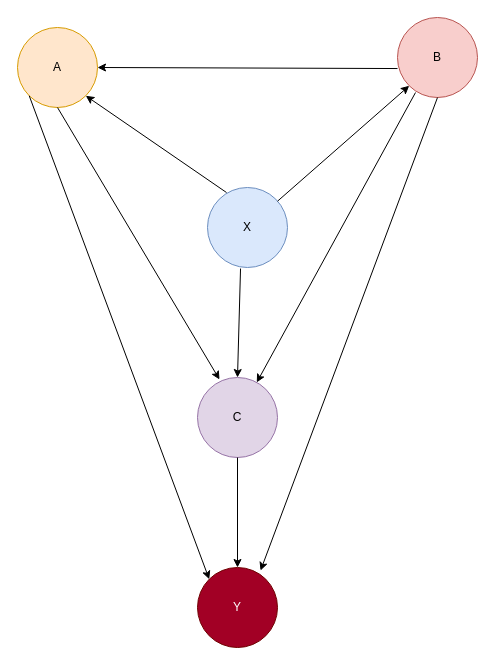
Above: bigg/Causal_Graph.drawio in sohamchatterjee50/BIGG (draw.io), before the change. Source tidied: cells renumbered, new cells numbered last; positions are measured from the earlier drawing's top-left corner, leaving out a move shared by most shapes. Both pictures are drawn from the tidied source at 100%, with x=0, y=0 at pixel (17, 17).
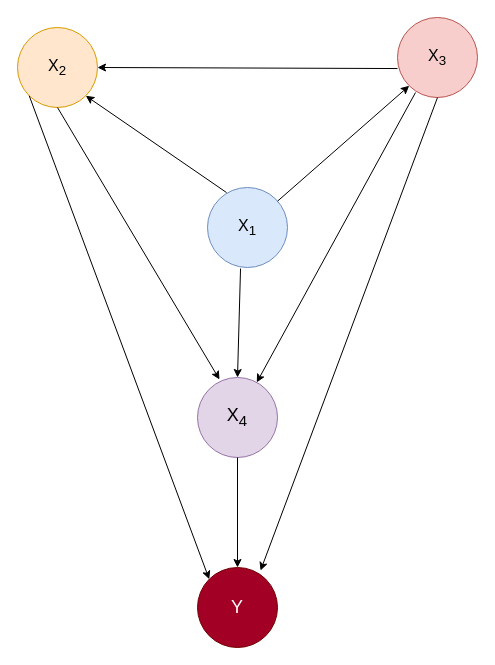
The same page after the edit.

What changed in the source:
```diff
@@
 <mxGraphModel>
   <root>
     <mxCell id="0" />
     <mxCell id="1" parent="0" />
-    <mxCell id="2" value="X" style="ellipse;whiteSpace=wrap;html=1;fillColor=#dae8fc;strokeColor=#6c8ebf;" parent="1" vertex="1">
+    <mxCell id="2" value="&lt;font size=&quot;3&quot;&gt;X&lt;sub&gt;1&lt;/sub&gt;&lt;/font&gt;" style="ellipse;whiteSpace=wrap;html=1;fillColor=#dae8fc;strokeColor=#6c8ebf;" parent="1" vertex="1">
       <mxGeometry x="190" y="170" width="80" height="80" as="geometry" />
     </mxCell>
-    <mxCell id="3" value="A" style="ellipse;whiteSpace=wrap;html=1;fillColor=#ffe6cc;strokeColor=#d79b00;" parent="1" vertex="1">
+    <mxCell id="3" value="&lt;font size=&quot;3&quot;&gt;X&lt;sub&gt;2&lt;/sub&gt;&lt;/font&gt;" style="ellipse;whiteSpace=wrap;html=1;fillColor=#ffe6cc;strokeColor=#d79b00;" parent="1" vertex="1">
       <mxGeometry y="10" width="80" height="80" as="geometry" />
     </mxCell>
-    <mxCell id="4" value="B" style="ellipse;whiteSpace=wrap;html=1;fillColor=#f8cecc;strokeColor=#b85450;" parent="1" vertex="1">
+    <mxCell id="4" value="&lt;font size=&quot;3&quot;&gt;X&lt;sub&gt;3&lt;/sub&gt;&lt;/font&gt;" style="ellipse;whiteSpace=wrap;html=1;fillColor=#f8cecc;strokeColor=#b85450;" parent="1" vertex="1">
       <mxGeometry x="380" width="80" height="80" as="geometry" />
     </mxCell>
-    <mxCell id="5" value="C" style="ellipse;whiteSpace=wrap;html=1;fillColor=#e1d5e7;strokeColor=#9673a6;" parent="1" vertex="1">
+    <mxCell id="5" value="&lt;font style=&quot;font-size: 18px;&quot;&gt;X&lt;sub&gt;4&lt;/sub&gt;&lt;/font&gt;" style="ellipse;whiteSpace=wrap;html=1;fillColor=#e1d5e7;strokeColor=#9673a6;" parent="1" vertex="1">
       <mxGeometry x="180" y="360" width="80" height="80" as="geometry" />
     </mxCell>
-    <mxCell id="6" value="Y" style="ellipse;whiteSpace=wrap;html=1;strokeColor=#6F0000;fillColor=#a20025;fontColor=#ffffff;" parent="1" vertex="1">
+    <mxCell id="6" value="&lt;font style=&quot;font-size: 18px;&quot;&gt;Y&lt;/font&gt;" style="ellipse;whiteSpace=wrap;html=1;strokeColor=#6F0000;fillColor=#a20025;fontColor=#ffffff;" parent="1" vertex="1">
       <mxGeometry x="180" y="550" width="80" height="80" as="geometry" />
     </mxCell>
     <mxCell id="7" style="endArrow=classic;html=1;rounded=0;entryX=0;entryY=1;entryDx=0;entryDy=0;" parent="1" edge="1" source="2" target="4">
       <mxGeometry relative="1" as="geometry" />
     </mxCell>
     <mxCell id="8" style="endArrow=classic;html=1;rounded=0;exitX=0.413;exitY=1.013;exitDx=0;exitDy=0;exitPerimeter=0;entryX=0.5;entryY=0;entryDx=0;entryDy=0;" parent="1" edge="1" source="2" target="5">
       <mxGeometry relative="1" as="geometry" />
     </mxCell>
     <mxCell id="9" style="endArrow=classic;html=1;rounded=0;exitX=0.238;exitY=0.063;exitDx=0;exitDy=0;exitPerimeter=0;entryX=1;entryY=1;entryDx=0;entryDy=0;" parent="1" edge="1" source="2" target="3">
       <mxGeometry relative="1" as="geometry" />
     </mxCell>
     <mxCell id="10" style="endArrow=classic;html=1;rounded=0;exitX=0;exitY=0.638;exitDx=0;exitDy=0;exitPerimeter=0;entryX=1;entryY=0.5;entryDx=0;entryDy=0;" parent="1" edge="1" source="4" target="3">
       <mxGeometry relative="1" as="geometry" />
     </mxCell>
     <mxCell id="11" style="endArrow=classic;html=1;rounded=0;exitX=0.5;exitY=1;exitDx=0;exitDy=0;entryX=0.275;entryY=0.025;entryDx=0;entryDy=0;entryPerimeter=0;" parent="1" edge="1" source="3" target="5">
       <mxGeometry relative="1" as="geometry" />
     </mxCell>
     <mxCell id="12" style="endArrow=classic;html=1;rounded=0;exitX=0;exitY=1;exitDx=0;exitDy=0;entryX=0;entryY=0;entryDx=0;entryDy=0;" parent="1" edge="1" source="3" target="6">
       <mxGeometry relative="1" as="geometry" />
     </mxCell>
     <mxCell id="13" style="endArrow=classic;html=1;rounded=0;exitX=0.5;exitY=1;exitDx=0;exitDy=0;entryX=0.788;entryY=0.038;entryDx=0;entryDy=0;entryPerimeter=0;" parent="1" edge="1" source="4" target="6">
       <mxGeometry relative="1" as="geometry" />
     </mxCell>
     <mxCell id="14" style="endArrow=classic;html=1;rounded=0;exitX=0.5;exitY=1;exitDx=0;exitDy=0;entryX=0.5;entryY=0;entryDx=0;entryDy=0;" parent="1" edge="1" source="5" target="6">
       <mxGeometry relative="1" as="geometry" />
     </mxCell>
     <mxCell id="15" style="endArrow=classic;html=1;rounded=0;exitX=0.225;exitY=0.938;exitDx=0;exitDy=0;exitPerimeter=0;" parent="1" edge="1" source="4" target="5">
       <mxGeometry relative="1" as="geometry" />
     </mxCell>
   </root>
 </mxGraphModel>
```
